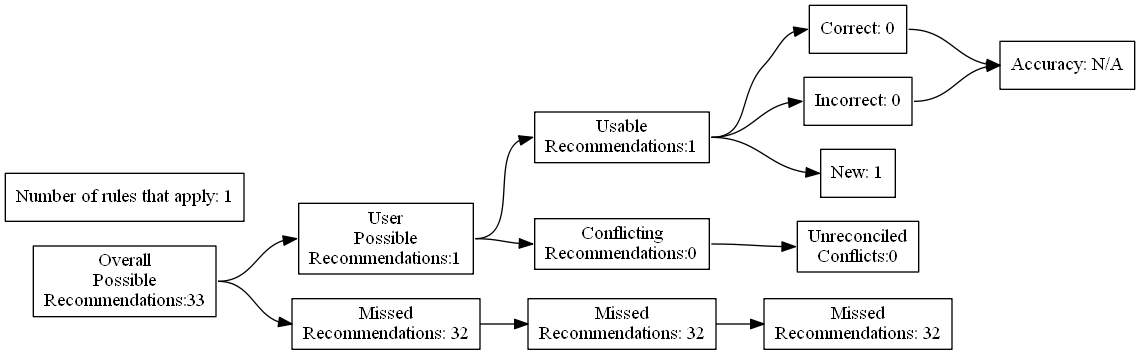
This is test_renders/4.gv.png from ZaxR/ibd_diet_analysis, a Graphviz export, as it was before one commit. Its source is kept beside it as test_renders/4.gv.
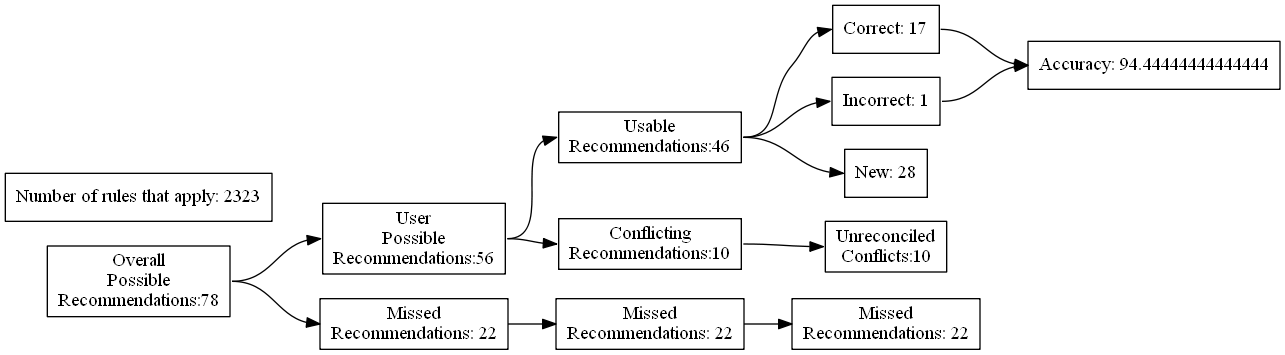
The same file after the commit.

Change to the diagram source:
```diff
@@ -4,27 +4,27 @@
 	edge [headport=w tailport=e]
 		A [label="Overall
 Possible
-Recommendations:33"]
+Recommendations:78"]
 		B [label="User
 Possible
-Recommendations:1"]
+Recommendations:56"]
 		C [label="Missed
-Recommendations: 32"]
+Recommendations: 22"]
 		D [label="Usable
-Recommendations:1"]
+Recommendations:46"]
 		E [label="Conflicting
-Recommendations:0"]
+Recommendations:10"]
 		J [label="Missed
-Recommendations: 32"]
+Recommendations: 22"]
 		M [label="Unreconciled
-Conflicts:0"]
-		F [label="Correct: 0"]
-		G [label="Incorrect: 0"]
-		H [label="New: 1"]
+Conflicts:10"]
+		F [label="Correct: 17"]
+		G [label="Incorrect: 1"]
+		H [label="New: 28"]
 		K [label="Missed
-Recommendations: 32"]
-		I [label="Accuracy: N/A"]
-		l [label="Number of rules that apply: 1"]
+Recommendations: 22"]
+		I [label="Accuracy: 94.44444444444444"]
+		l [label="Number of rules that apply: 2323"]
 			A -> B
 			A -> C
 			B -> D
```
